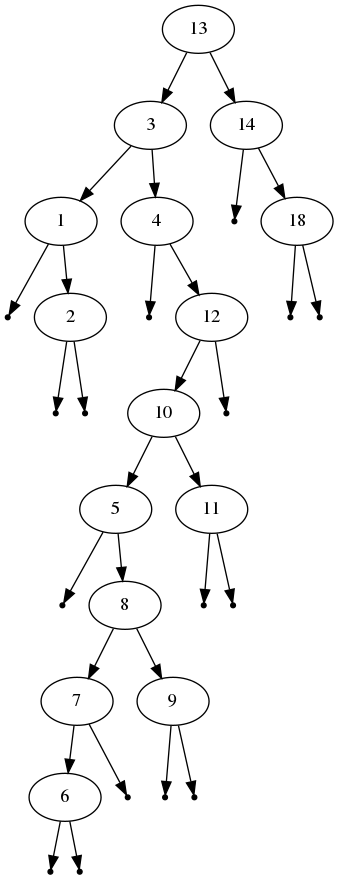
AndreasBackx/gevorderde-algoritmen keeps this Graphviz diagram as 2017-2018/labo-1/oplossing/boom_move.png. Above is the earlier version. Its source is kept beside it as 2017-2018/labo-1/oplossing/boom_move.dot. Source of this version:
```dot
digraph BST {
	 13 -> 3;
	 13 -> 14;
	 null0 [shape=point];
	 14 -> null0;
	 14 -> 18;
	 null1 [shape=point];
	 18 -> null1;
	 null2 [shape=point];
	 18 -> null2;
	 3 -> 1;
	 3 -> 4;
	 null3 [shape=point];
	 4 -> null3;
	 4 -> 12;
	 12 -> 10;
	 null4 [shape=point];
	 12 -> null4;
	 10 -> 5;
	 10 -> 11;
	 null5 [shape=point];
	 11 -> null5;
	 null6 [shape=point];
	 11 -> null6;
	 null7 [shape=point];
	 5 -> null7;
	 5 -> 8;
	 8 -> 7;
	 8 -> 9;
	 null8 [shape=point];
	 9 -> null8;
	 null9 [shape=point];
	 9 -> null9;
	 7 -> 6;
	 null10 [shape=point];
	 7 -> null10;
	 null11 [shape=point];
	 6 -> null11;
	 null12 [shape=point];
	 6 -> null12;
	 null13 [shape=point];
	 1 -> null13;
	 1 -> 2;
	 null14 [shape=point];
	 2 -> null14;
	 null15 [shape=point];
	 2 -> null15;
}
```
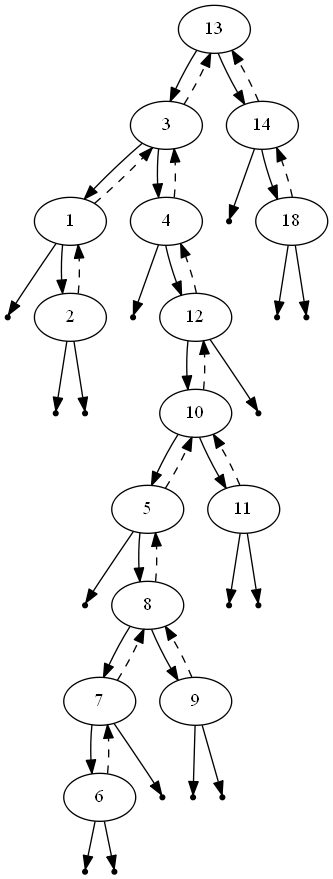
After the commit.

The edit, as a diff of the source:
```diff
@@ -1,46 +1,60 @@
 digraph BST {
 	 13 -> 3;
 	 13 -> 14;
+	 14 -> 13 [style=dashed];
 	 null0 [shape=point];
 	 14 -> null0;
 	 14 -> 18;
+	 18 -> 14 [style=dashed];
 	 null1 [shape=point];
 	 18 -> null1;
 	 null2 [shape=point];
 	 18 -> null2;
+	 3 -> 13 [style=dashed];
 	 3 -> 1;
 	 3 -> 4;
+	 4 -> 3 [style=dashed];
 	 null3 [shape=point];
 	 4 -> null3;
 	 4 -> 12;
+	 12 -> 4 [style=dashed];
 	 12 -> 10;
 	 null4 [shape=point];
 	 12 -> null4;
+	 10 -> 12 [style=dashed];
 	 10 -> 5;
 	 10 -> 11;
+	 11 -> 10 [style=dashed];
 	 null5 [shape=point];
 	 11 -> null5;
 	 null6 [shape=point];
 	 11 -> null6;
+	 5 -> 10 [style=dashed];
 	 null7 [shape=point];
 	 5 -> null7;
 	 5 -> 8;
+	 8 -> 5 [style=dashed];
 	 8 -> 7;
 	 8 -> 9;
+	 9 -> 8 [style=dashed];
 	 null8 [shape=point];
 	 9 -> null8;
 	 null9 [shape=point];
 	 9 -> null9;
+	 7 -> 8 [style=dashed];
 	 7 -> 6;
 	 null10 [shape=point];
 	 7 -> null10;
+	 6 -> 7 [style=dashed];
 	 null11 [shape=point];
 	 6 -> null11;
 	 null12 [shape=point];
 	 6 -> null12;
+	 1 -> 3 [style=dashed];
 	 null13 [shape=point];
 	 1 -> null13;
 	 1 -> 2;
+	 2 -> 1 [style=dashed];
 	 null14 [shape=point];
 	 2 -> null14;
 	 null15 [shape=point];
```
